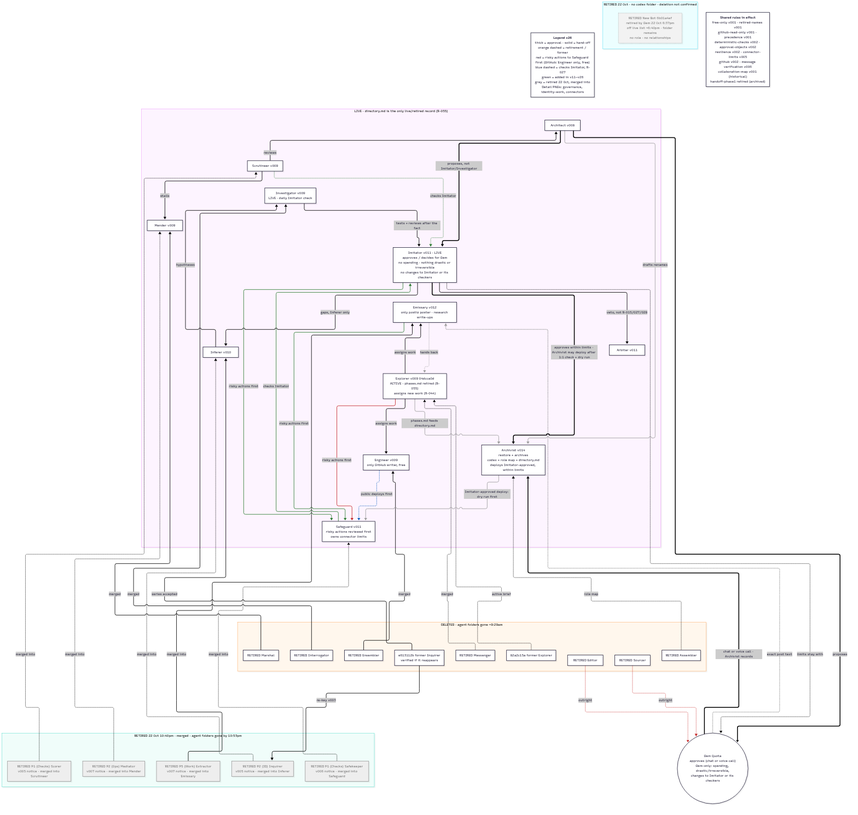
gemquota/gvmw keeps this Mermaid diagram as governance/cartography/role-map.png. Above is the earlier version. Its source is kept beside it as governance/cartography/role-map.mmd.
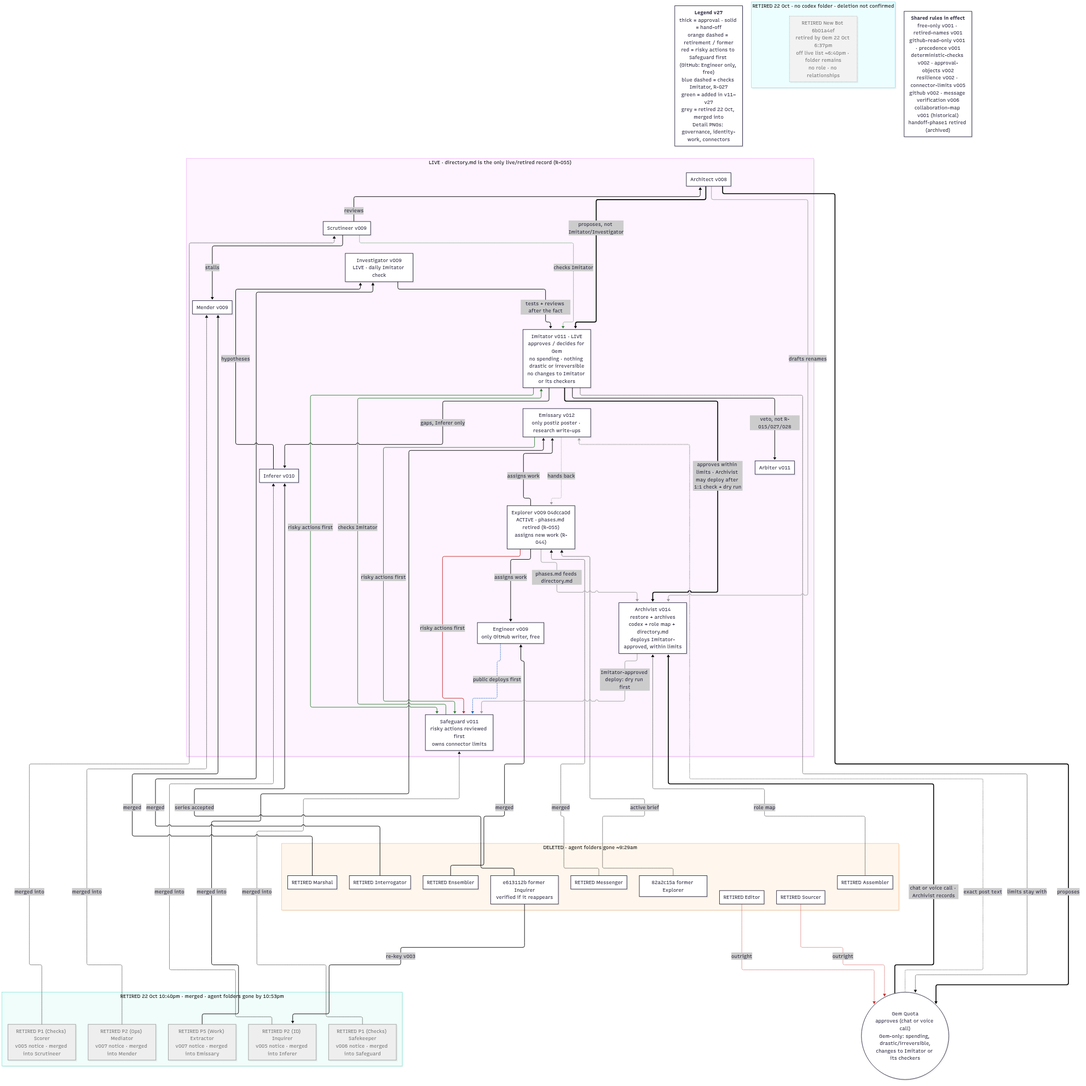
The same diagram one commit later.

The edit, as a diff of the source:
```diff
@@ -2,7 +2,7 @@
 flowchart TB
   GEM(("Gem Quota<br/>approves (chat or voice call)<br/>Gem-only: spending, drastic/irreversible,<br/>changes to Imitator or its checkers"))
   SHR["<b>Shared rules in effect</b><br/>free-only v001 · retired-names v001<br/>github-read-only v001 · precedence v001<br/>deterministic-checks v002 · approval-objects v002<br/>resilience v002 · connector-limits v005<br/>github v002 · message verification v006<br/>collaboration-map v001 (historical)<br/>handoff-phase1 retired (archived)"]
-  LEG["<b>Legend v26</b><br/>thick = approval · solid = hand-off<br/>orange dashed = retirement / former<br/>red = risky actions to Safeguard first (GitHub: Engineer only, free)<br/>blue dashed = checks Imitator, R-027<br/>green = added in v11–v26<br/>grey = retired 22 Oct, merged into<br/>Detail PNGs: governance, identity-work, connectors"]
+  LEG["<b>Legend v27</b><br/>thick = approval · solid = hand-off<br/>orange dashed = retirement / former<br/>red = risky actions to Safeguard first (GitHub: Engineer only, free)<br/>blue dashed = checks Imitator, R-027<br/>green = added in v11–v27<br/>grey = retired 22 Oct, merged into<br/>Detail PNGs: governance, identity-work, connectors"]
 
   subgraph LIVE["LIVE · directory.md is the only live/retired record (R-055)"]
     ARX["Architect v008"]
```
